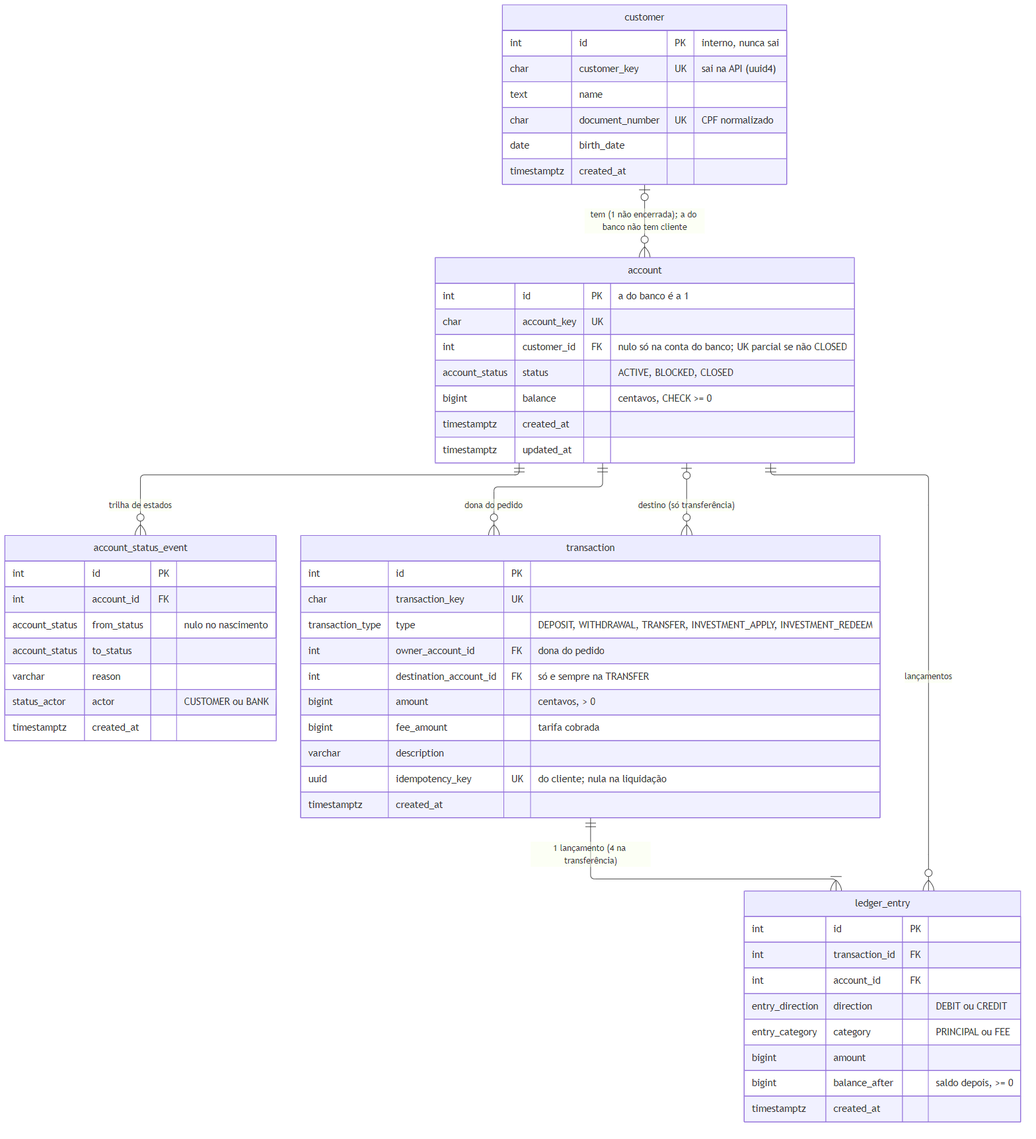
heluylucas/bootcamp-qi-tech-presidas- keeps this Mermaid diagram as docs/diagramas/er-nucleo.png. Above is the earlier version. Its source is kept beside it as docs/diagramas/er-nucleo.mmd.
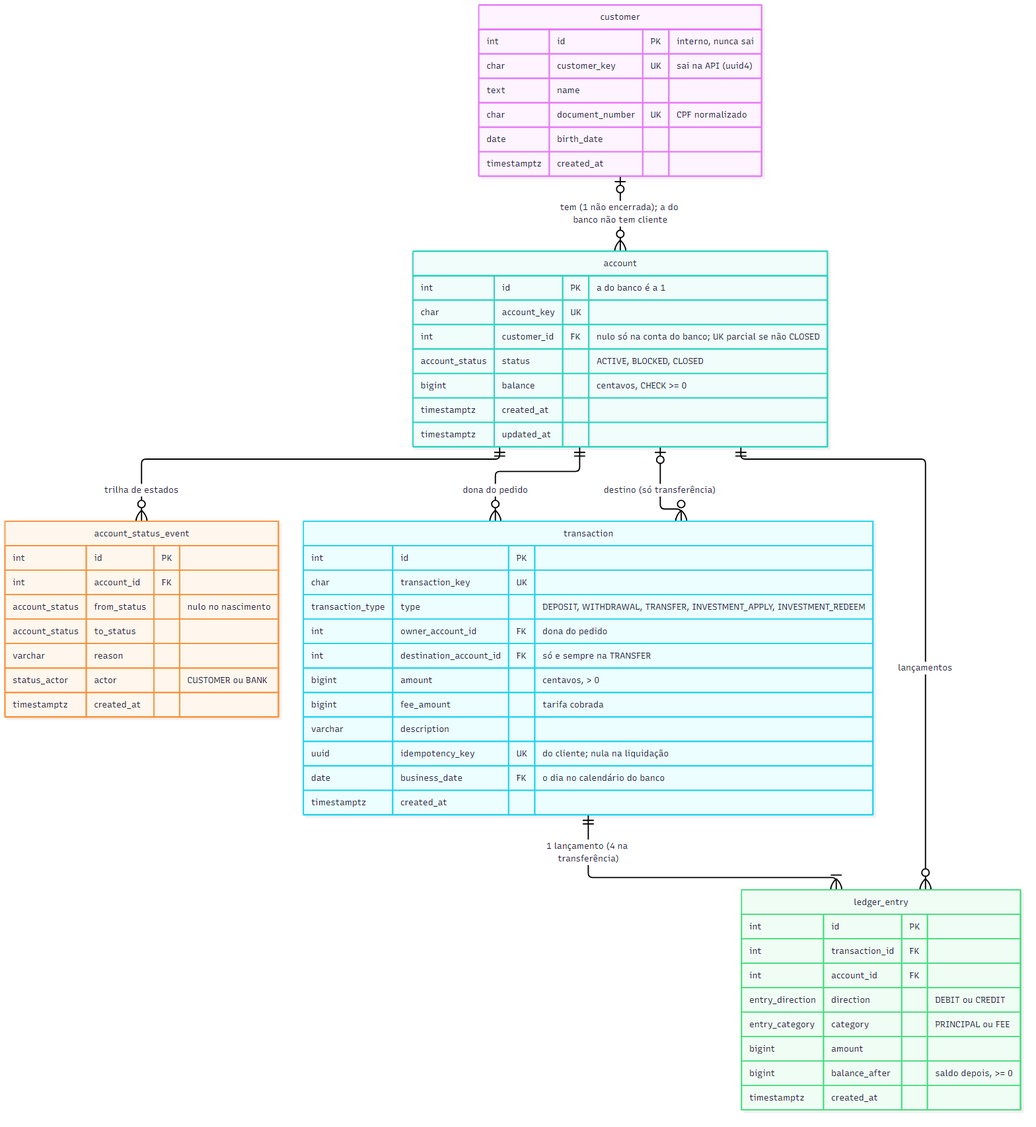
Above is the later version.

Commit message:
:tada: add: revenue-accrual-&-transaction-business-date

The edit, as a diff of the source:
```diff
@@ -49,6 +49,7 @@
         bigint fee_amount "tarifa cobrada"
         varchar description
         uuid idempotency_key UK "do cliente; nula na liquidação"
+        date business_date FK "o dia no calendário do banco"
         timestamptz created_at
     }
     ledger_entry {
```
